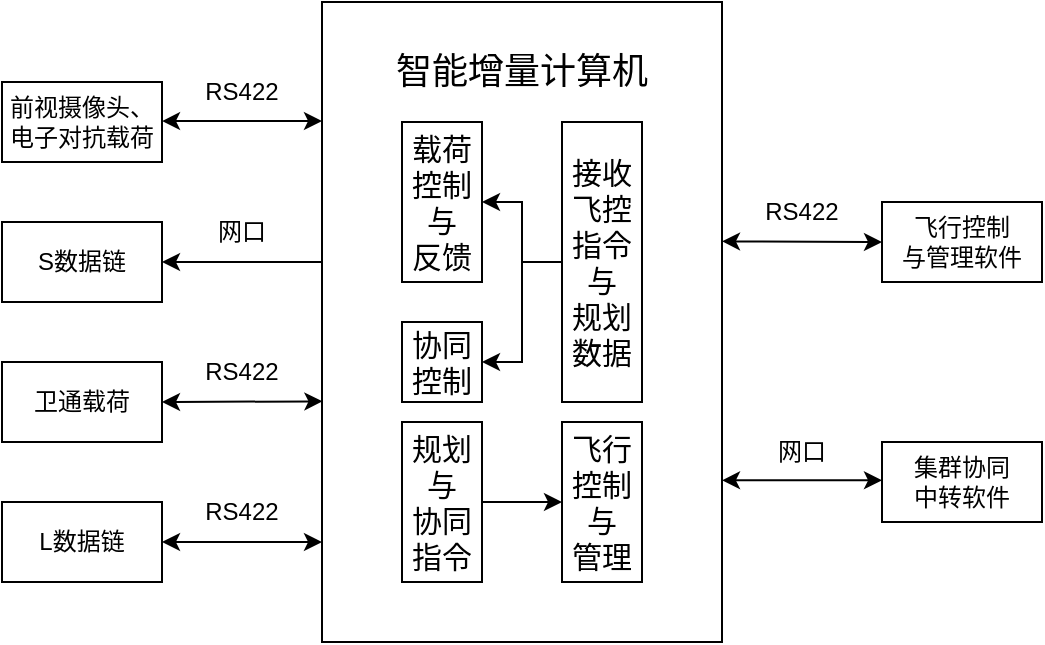
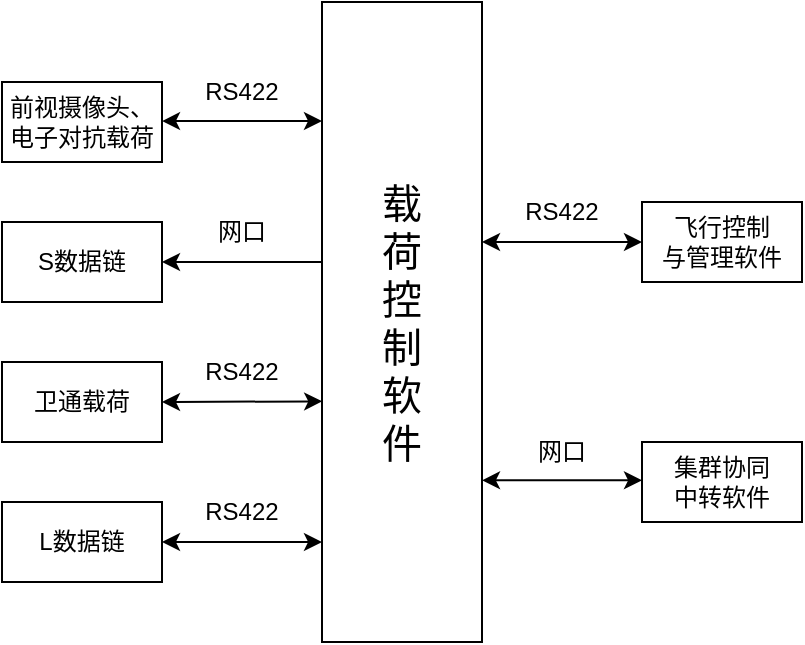
- <mxfile host="app.diagrams.net" agent="Mozilla/5.0 (Windows NT 10.0; Win64; x64) AppleWebKit/537.36 (KHTML, like Gecko) Chrome/146.0.0.0 Safari/537.36" version="29.6.4">
+ <mxfile host="app.diagrams.net" agent="Mozilla/5.0 (Windows NT 10.0; Win64; x64) AppleWebKit/537.36 (KHTML, like Gecko) Chrome/146.0.0.0 Safari/537.36">
  <diagram name="第 1 页" id="P7U0p2YBgUwdi0rxASiN">
-     <mxGraphModel dx="786" dy="497" grid="1" gridSize="10" guides="1" tooltips="1" connect="1" arrows="1" fold="1" page="1" pageScale="1" pageWidth="827" pageHeight="1169" math="0" shadow="0">
+     <mxGraphModel dx="911" dy="585" grid="1" gridSize="10" guides="1" tooltips="1" connect="1" arrows="1" fold="1" page="1" pageScale="1" pageWidth="827" pageHeight="1169" math="0" shadow="0">
      <root>
        <mxCell id="0" />
        <mxCell id="1" parent="0" />
-         <mxCell id="FJUeLi_HETRFmbpACcdS-1" parent="1" style="rounded=0;whiteSpace=wrap;html=1;" value="" vertex="1">
-           <mxGeometry height="320" width="200" x="280" y="80" as="geometry" />
-         </mxCell>
-         <mxCell id="FJUeLi_HETRFmbpACcdS-2" parent="1" style="text;html=1;whiteSpace=wrap;strokeColor=none;fillColor=none;align=center;verticalAlign=middle;rounded=0;" value="&lt;font style=&quot;font-size: 18px;&quot;&gt;智能增量计算机&lt;/font&gt;" vertex="1">
-           <mxGeometry height="30" width="140" x="310" y="100" as="geometry" />
-         </mxCell>
-         <mxCell id="FJUeLi_HETRFmbpACcdS-5" edge="1" parent="1" source="FJUeLi_HETRFmbpACcdS-3" style="edgeStyle=orthogonalEdgeStyle;rounded=0;orthogonalLoop=1;jettySize=auto;html=1;" target="FJUeLi_HETRFmbpACcdS-4" value="">
-           <mxGeometry relative="1" as="geometry" />
-         </mxCell>
-         <mxCell id="FJUeLi_HETRFmbpACcdS-3" parent="1" style="rounded=0;whiteSpace=wrap;html=1;" value="&lt;font style=&quot;font-size: 15px;&quot;&gt;接收飞控指令与&lt;br&gt;规划数据&lt;/font&gt;" vertex="1">
-           <mxGeometry height="140" width="40" x="400" y="140" as="geometry" />
-         </mxCell>
-         <mxCell id="FJUeLi_HETRFmbpACcdS-4" parent="1" style="rounded=0;whiteSpace=wrap;html=1;" value="&lt;font style=&quot;font-size: 15px;&quot;&gt;载荷控制&lt;/font&gt;&lt;div&gt;&lt;font style=&quot;font-size: 15px;&quot;&gt;与&lt;/font&gt;&lt;div&gt;&lt;font style=&quot;font-size: 15px;&quot;&gt;反馈&lt;/font&gt;&lt;/div&gt;&lt;/div&gt;" vertex="1">
-           <mxGeometry height="80" width="40" x="320" y="140" as="geometry" />
-         </mxCell>
        <mxCell id="FJUeLi_HETRFmbpACcdS-6" parent="1" style="rounded=0;whiteSpace=wrap;html=1;" value="前视摄像头、&lt;br&gt;电子对抗载荷" vertex="1">
          <mxGeometry height="40" width="80" x="120" y="120" as="geometry" />
        </mxCell>
        <mxCell id="FJUeLi_HETRFmbpACcdS-7" parent="1" style="rounded=0;whiteSpace=wrap;html=1;" value="S数据链" vertex="1">
          <mxGeometry height="40" width="80" x="120" y="190" as="geometry" />
        </mxCell>
        <mxCell id="FJUeLi_HETRFmbpACcdS-8" parent="1" style="rounded=0;whiteSpace=wrap;html=1;" value="卫通载荷" vertex="1">
          <mxGeometry height="40" width="80" x="120" y="260" as="geometry" />
        </mxCell>
        <mxCell id="FJUeLi_HETRFmbpACcdS-9" parent="1" style="rounded=0;whiteSpace=wrap;html=1;" value="L数据链" vertex="1">
          <mxGeometry height="40" width="80" x="120" y="330" as="geometry" />
        </mxCell>
        <mxCell id="FJUeLi_HETRFmbpACcdS-14" edge="1" parent="1" source="FJUeLi_HETRFmbpACcdS-8" style="endArrow=classic;startArrow=classic;html=1;rounded=0;exitX=1;exitY=0.5;exitDx=0;exitDy=0;entryX=0.001;entryY=0.624;entryDx=0;entryDy=0;entryPerimeter=0;" target="FJUeLi_HETRFmbpACcdS-1" value="">
          <mxGeometry height="50" relative="1" width="50" as="geometry">
            <mxPoint x="200" y="290" as="sourcePoint" />
            <mxPoint x="250" y="240" as="targetPoint" />
          </mxGeometry>
        </mxCell>
        <mxCell id="FJUeLi_HETRFmbpACcdS-15" edge="1" parent="1" style="endArrow=classic;html=1;rounded=0;entryX=1;entryY=0.5;entryDx=0;entryDy=0;" target="FJUeLi_HETRFmbpACcdS-7" value="">
          <mxGeometry height="50" relative="1" width="50" as="geometry">
            <mxPoint x="280" y="210" as="sourcePoint" />
            <mxPoint x="290" y="190" as="targetPoint" />
          </mxGeometry>
        </mxCell>
        <mxCell id="FJUeLi_HETRFmbpACcdS-16" edge="1" parent="1" source="FJUeLi_HETRFmbpACcdS-9" style="endArrow=classic;startArrow=classic;html=1;rounded=0;exitX=1;exitY=0.5;exitDx=0;exitDy=0;" value="">
          <mxGeometry height="50" relative="1" width="50" as="geometry">
            <mxPoint x="240" y="340" as="sourcePoint" />
            <mxPoint x="280" y="350" as="targetPoint" />
          </mxGeometry>
        </mxCell>
        <mxCell id="FJUeLi_HETRFmbpACcdS-17" parent="1" style="rounded=0;whiteSpace=wrap;html=1;" value="飞行控制&lt;div&gt;与管理软件&lt;/div&gt;" vertex="1">
-           <mxGeometry height="40" width="80" x="560" y="180" as="geometry" />
+           <mxGeometry height="40" width="80" x="440" y="180" as="geometry" />
        </mxCell>
        <mxCell id="FJUeLi_HETRFmbpACcdS-22" parent="1" style="rounded=0;whiteSpace=wrap;html=1;" value="集群协同&lt;div&gt;中转软件&lt;/div&gt;" vertex="1">
-           <mxGeometry height="40" width="80" x="560" y="300" as="geometry" />
+           <mxGeometry height="40" width="80" x="440" y="300" as="geometry" />
        </mxCell>
        <mxCell id="FJUeLi_HETRFmbpACcdS-25" parent="1" style="text;html=1;whiteSpace=wrap;strokeColor=none;fillColor=none;align=center;verticalAlign=middle;rounded=0;" value="RS422" vertex="1">
-           <mxGeometry height="30" width="60" x="490" y="170" as="geometry" />
+           <mxGeometry height="30" width="60" x="370" y="170" as="geometry" />
        </mxCell>
        <mxCell id="FJUeLi_HETRFmbpACcdS-26" parent="1" style="text;html=1;whiteSpace=wrap;strokeColor=none;fillColor=none;align=center;verticalAlign=middle;rounded=0;" value="网口" vertex="1">
-           <mxGeometry height="30" width="60" x="490" y="290" as="geometry" />
+           <mxGeometry height="30" width="60" x="370" y="290" as="geometry" />
        </mxCell>
        <mxCell id="FJUeLi_HETRFmbpACcdS-28" parent="1" style="text;html=1;whiteSpace=wrap;strokeColor=none;fillColor=none;align=center;verticalAlign=middle;rounded=0;" value="RS422" vertex="1">
          <mxGeometry height="30" width="60" x="210" y="110" as="geometry" />
        </mxCell>
        <mxCell id="FJUeLi_HETRFmbpACcdS-29" parent="1" style="text;html=1;whiteSpace=wrap;strokeColor=none;fillColor=none;align=center;verticalAlign=middle;rounded=0;" value="网口" vertex="1">
          <mxGeometry height="30" width="60" x="210" y="180" as="geometry" />
        </mxCell>
        <mxCell id="FJUeLi_HETRFmbpACcdS-30" parent="1" style="text;html=1;whiteSpace=wrap;strokeColor=none;fillColor=none;align=center;verticalAlign=middle;rounded=0;" value="RS422" vertex="1">
          <mxGeometry height="30" width="60" x="210" y="250" as="geometry" />
        </mxCell>
        <mxCell id="FJUeLi_HETRFmbpACcdS-31" parent="1" style="text;html=1;whiteSpace=wrap;strokeColor=none;fillColor=none;align=center;verticalAlign=middle;rounded=0;" value="RS422" vertex="1">
          <mxGeometry height="30" width="60" x="210" y="320" as="geometry" />
        </mxCell>
-         <mxCell id="FJUeLi_HETRFmbpACcdS-32" edge="1" parent="1" source="FJUeLi_HETRFmbpACcdS-1" style="endArrow=classic;startArrow=classic;html=1;rounded=0;entryX=0;entryY=0.5;entryDx=0;entryDy=0;exitX=1;exitY=0.374;exitDx=0;exitDy=0;exitPerimeter=0;" target="FJUeLi_HETRFmbpACcdS-17" value="">
+         <mxCell id="FJUeLi_HETRFmbpACcdS-32" edge="1" parent="1" style="endArrow=classic;startArrow=classic;html=1;rounded=0;entryX=0;entryY=0.5;entryDx=0;entryDy=0;" target="FJUeLi_HETRFmbpACcdS-17" value="">
          <mxGeometry height="50" relative="1" width="50" as="geometry">
-             <mxPoint x="400" y="240" as="sourcePoint" />
-             <mxPoint x="450" y="190" as="targetPoint" />
+             <mxPoint x="360" y="200" as="sourcePoint" />
+             <mxPoint x="330" y="190" as="targetPoint" />
          </mxGeometry>
        </mxCell>
        <mxCell id="FJUeLi_HETRFmbpACcdS-33" edge="1" parent="1" style="endArrow=classic;startArrow=classic;html=1;rounded=0;exitX=0.999;exitY=0.358;exitDx=0;exitDy=0;exitPerimeter=0;" value="">
          <mxGeometry height="50" relative="1" width="50" as="geometry">
-             <mxPoint x="480" y="319.17" as="sourcePoint" />
-             <mxPoint x="560" y="319.17" as="targetPoint" />
-           </mxGeometry>
-         </mxCell>
-         <mxCell id="FJUeLi_HETRFmbpACcdS-38" edge="1" parent="1" source="FJUeLi_HETRFmbpACcdS-3" style="edgeStyle=orthogonalEdgeStyle;rounded=0;orthogonalLoop=1;jettySize=auto;html=1;entryX=1;entryY=0.5;entryDx=0;entryDy=0;exitX=0;exitY=0.5;exitDx=0;exitDy=0;" target="FJUeLi_HETRFmbpACcdS-37">
-           <mxGeometry relative="1" as="geometry">
-             <mxPoint x="400" y="280" as="sourcePoint" />
-           </mxGeometry>
-         </mxCell>
-         <mxCell id="FJUeLi_HETRFmbpACcdS-37" parent="1" style="rounded=0;whiteSpace=wrap;html=1;" value="&lt;font style=&quot;font-size: 15px;&quot;&gt;协同控制&lt;/font&gt;" vertex="1">
-           <mxGeometry height="40" width="40" x="320" y="240" as="geometry" />
-         </mxCell>
-         <mxCell id="FJUeLi_HETRFmbpACcdS-39" parent="1" style="rounded=0;whiteSpace=wrap;html=1;" value="&lt;font style=&quot;font-size: 15px;&quot;&gt;规划&lt;/font&gt;&lt;div&gt;&lt;font style=&quot;font-size: 15px;&quot;&gt;与&lt;/font&gt;&lt;div&gt;&lt;span style=&quot;font-size: 15px;&quot;&gt;协同指令&lt;/span&gt;&lt;/div&gt;&lt;/div&gt;" vertex="1">
-           <mxGeometry height="80" width="40" x="320" y="290" as="geometry" />
-         </mxCell>
-         <mxCell id="FJUeLi_HETRFmbpACcdS-40" parent="1" style="rounded=0;whiteSpace=wrap;html=1;" value="&lt;font style=&quot;font-size: 15px;&quot;&gt;飞行控制与&lt;/font&gt;&lt;div&gt;&lt;font style=&quot;font-size: 15px;&quot;&gt;管理&lt;/font&gt;&lt;/div&gt;" vertex="1">
-           <mxGeometry height="80" width="40" x="400" y="290" as="geometry" />
-         </mxCell>
-         <mxCell id="FJUeLi_HETRFmbpACcdS-41" edge="1" parent="1" style="endArrow=classic;html=1;rounded=0;entryX=0;entryY=0.5;entryDx=0;entryDy=0;" target="FJUeLi_HETRFmbpACcdS-40" value="">
-           <mxGeometry height="50" relative="1" width="50" as="geometry">
-             <mxPoint x="360" y="330" as="sourcePoint" />
-             <mxPoint x="350" y="280" as="targetPoint" />
+             <mxPoint x="360" y="319.17" as="sourcePoint" />
+             <mxPoint x="440" y="319.17" as="targetPoint" />
          </mxGeometry>
        </mxCell>
        <mxCell id="-yjdLRFRVeEzjYulkgjf-1" edge="1" parent="1" style="endArrow=classic;startArrow=classic;html=1;rounded=0;exitX=1;exitY=0.5;exitDx=0;exitDy=0;entryX=0.001;entryY=0.624;entryDx=0;entryDy=0;entryPerimeter=0;" value="">
          <mxGeometry height="50" relative="1" width="50" as="geometry">
            <mxPoint x="200" y="139.52" as="sourcePoint" />
            <mxPoint x="280" y="139.52" as="targetPoint" />
          </mxGeometry>
        </mxCell>
+         <mxCell id="nF4p7uXvaDGCGh-oj6Ey-3" connectable="0" parent="1" style="group" value="" vertex="1">
+           <mxGeometry height="320" width="80" x="280" y="80" as="geometry" />
+         </mxCell>
+         <mxCell id="FJUeLi_HETRFmbpACcdS-1" parent="nF4p7uXvaDGCGh-oj6Ey-3" style="rounded=0;whiteSpace=wrap;html=1;" value="" vertex="1">
+           <mxGeometry height="320" width="80" as="geometry" />
+         </mxCell>
+         <mxCell id="FJUeLi_HETRFmbpACcdS-2" parent="nF4p7uXvaDGCGh-oj6Ey-3" style="text;html=1;whiteSpace=wrap;strokeColor=none;fillColor=none;align=center;verticalAlign=middle;rounded=0;" value="&lt;font style=&quot;font-size: 20px;&quot;&gt;载荷控制软件&lt;/font&gt;" vertex="1">
+           <mxGeometry height="145" width="40" x="20" y="87.5" as="geometry" />
+         </mxCell>
      </root>
    </mxGraphModel>
  </diagram>
</mxfile>
